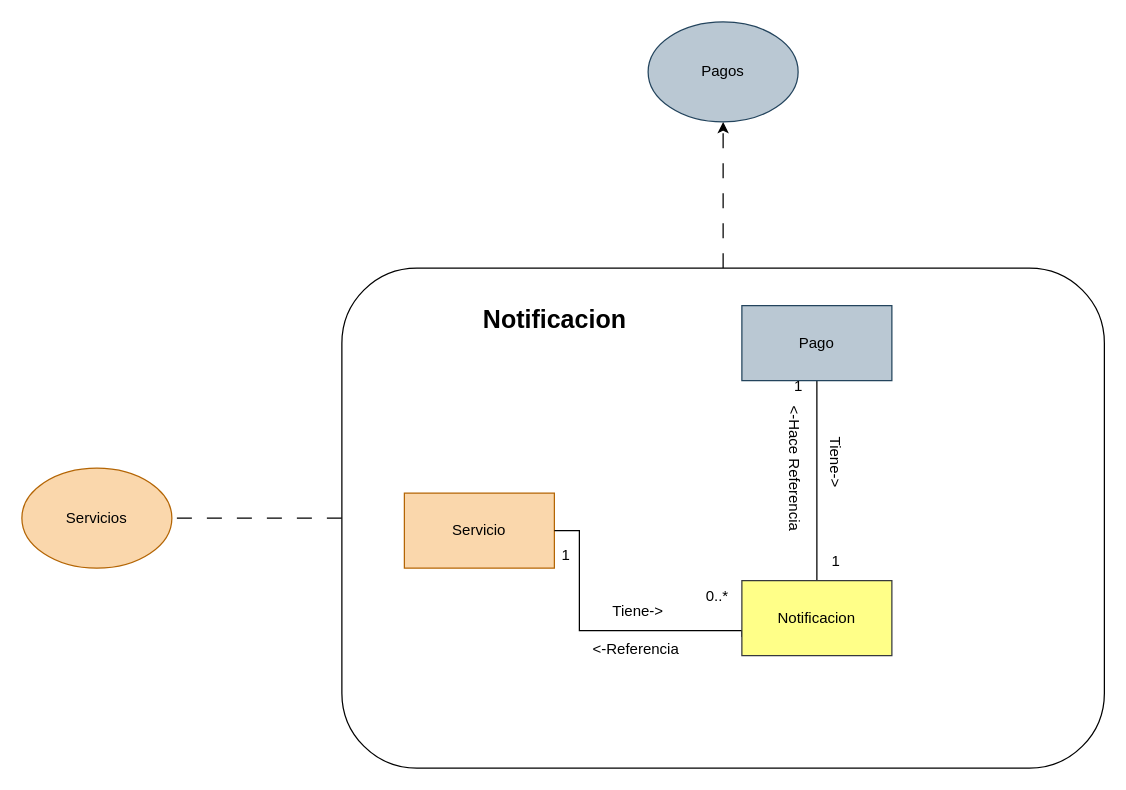
cristianospina/DOO keeps this draw.io diagram as page "4.9 Notificacion- ModeloDominioAcotado" (12 of 12) of SpaOnline/ModeloDominioSpa.drawio. Above is the earlier version. Source tidied: cells renumbered, new cells numbered last; positions are measured from the earlier drawing's top-left corner, leaving out a move shared by most shapes. Both pictures are drawn from the tidied source at 125%, with x=0, y=0 at pixel (21, 21).
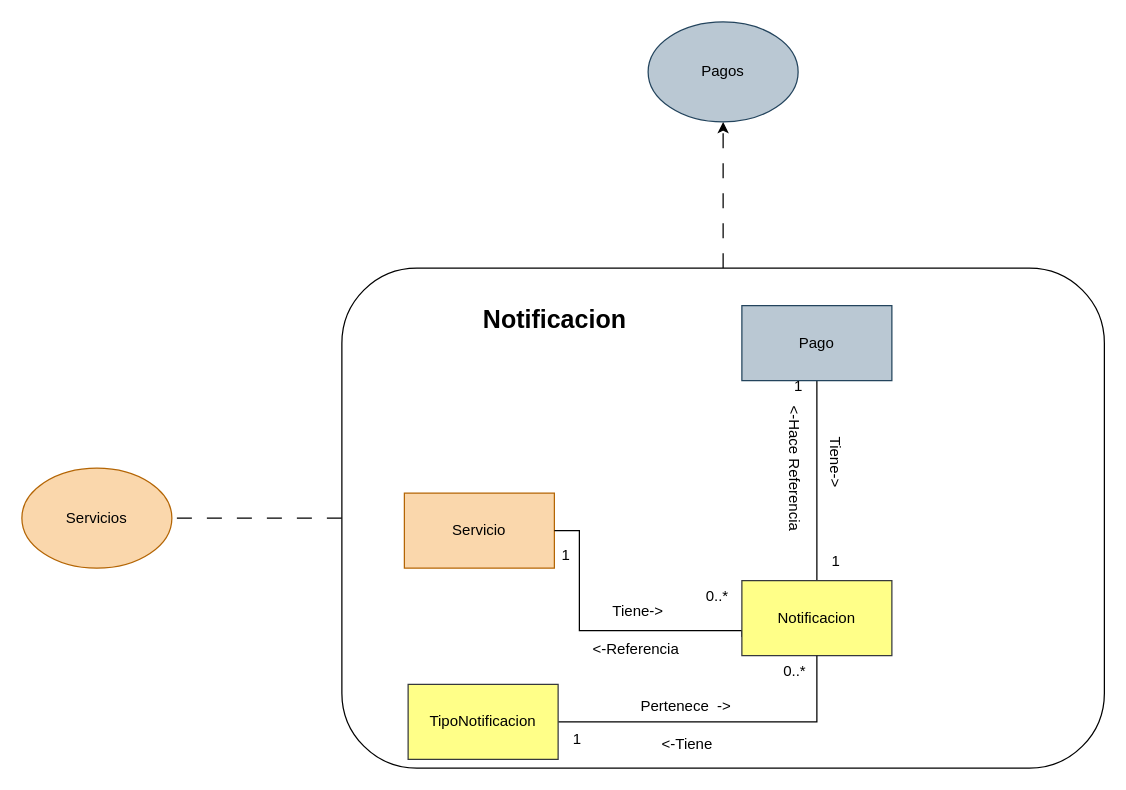
The same diagram, later.

The change refers to these unchanged cells:
```xml
<mxCell id="9" value="Notificacion" style="rounded=0;whiteSpace=wrap;html=1;fillColor=#ffff88;strokeColor=#36393d;" parent="1" vertex="1">
  <mxGeometry x="576" y="447" width="120" height="60" as="geometry" />
</mxCell>
```

What changed in the source:
```diff
@@
+    <mxCell id="21" style="edgeStyle=orthogonalEdgeStyle;rounded=0;jettySize=auto;html=1;endArrow=none;endFill=0;" parent="1" edge="1" source="22" target="9">
+      <mxGeometry relative="1" as="geometry" />
+    </mxCell>
+    <mxCell id="22" value="TipoNotificacion" style="rounded=0;whiteSpace=wrap;html=1;fillColor=#ffff88;strokeColor=#36393d;" parent="1" vertex="1">
+      <mxGeometry x="309" y="530" width="120" height="60" as="geometry" />
+    </mxCell>
+    <mxCell id="23" value="Pertenece&amp;nbsp; -&amp;gt;" style="text;html=1;align=center;verticalAlign=middle;fillColor=none;" parent="1" vertex="1">
+      <mxGeometry x="486" y="535" width="90" height="26" as="geometry" />
+    </mxCell>
+    <mxCell id="24" value="&amp;lt;-Tiene" style="text;html=1;align=center;verticalAlign=middle;fillColor=none;" parent="1" vertex="1">
+      <mxGeometry x="502" y="565" width="59" height="26" as="geometry" />
+    </mxCell>
+    <mxCell id="25" value="1" style="text;html=1;align=center;verticalAlign=middle;strokeColor=none;fillColor=none;" parent="1" vertex="1">
+      <mxGeometry x="431" y="561" width="25" height="26" as="geometry" />
+    </mxCell>
+    <mxCell id="26" value="0..*" style="text;html=1;align=center;verticalAlign=middle;strokeColor=none;fillColor=none;" parent="1" vertex="1">
+      <mxGeometry x="600" y="507" width="36" height="26" as="geometry" />
+    </mxCell>
```
